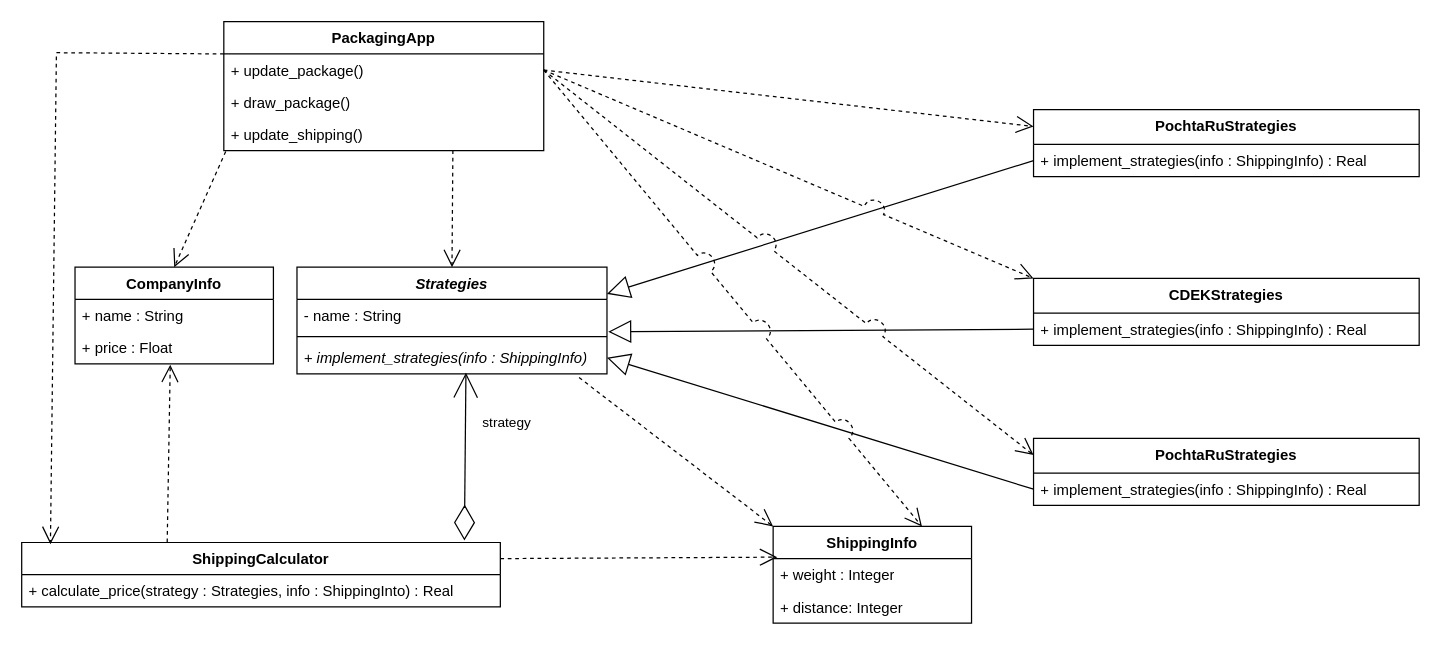
Above: page "Strategy" (1 of 2) of lab 3 - Strategy/shippro.drawio in solovozer/-2 (draw.io), before the change. Source tidied: cells renumbered, new cells numbered last; positions are measured from the earlier drawing's top-left corner, leaving out a move shared by most shapes. Both pictures are drawn from the tidied source at 124%, with x=0, y=0 at pixel (21, 21).
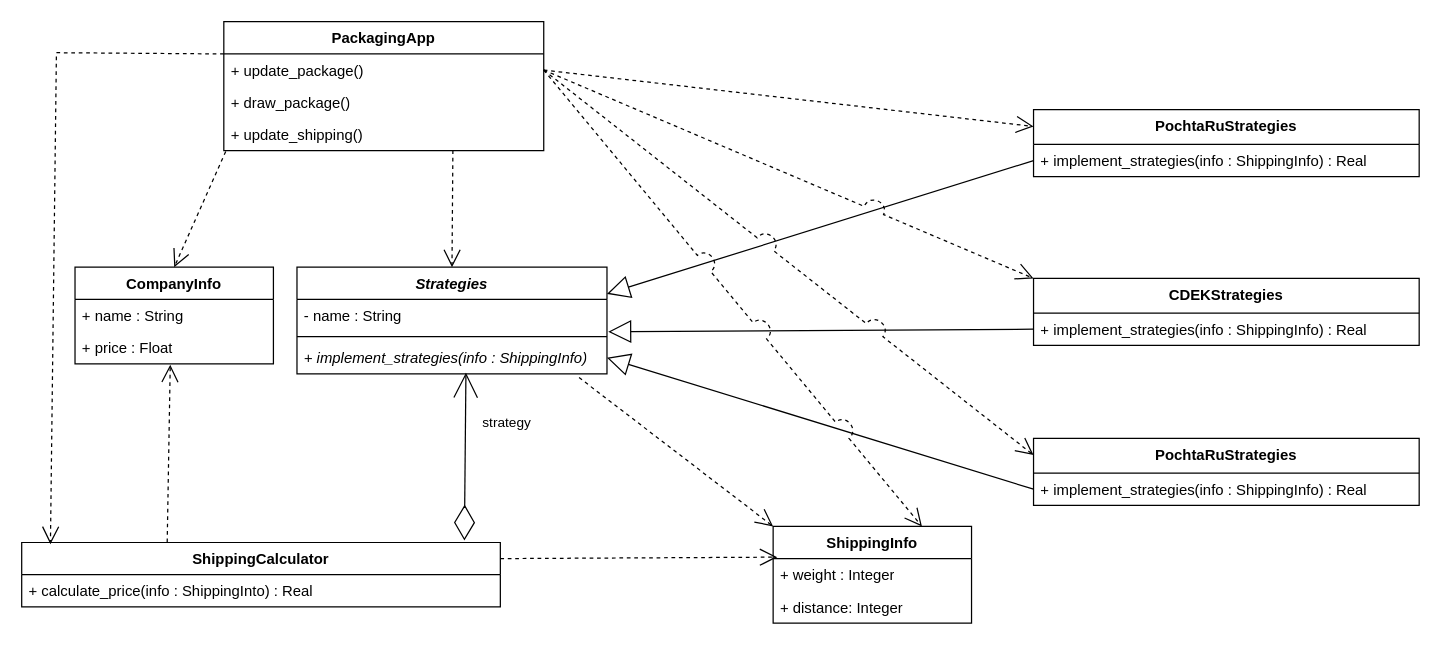
After the change.

Unchanged cells that the change refers to:
```xml
<mxCell id="18" value="ShippingCalculator" style="swimlane;fontStyle=1;align=center;verticalAlign=top;horizontal=1;startSize=26;whiteSpace=wrap;html=1;" parent="1" vertex="1">
  <mxGeometry y="420" width="386" height="52" as="geometry" />
</mxCell>
```

Diff of the diagram source:
```diff
@@
-    <mxCell id="19" value="+ calculate_price(strategy : Strategies, info : ShippingInto) : Real" style="text;strokeColor=none;fillColor=none;align=left;verticalAlign=top;spacingLeft=4;spacingRight=4;overflow=hidden;whiteSpace=wrap;html=1;" parent="18" vertex="1">
+    <mxCell id="19" value="+ calculate_price(info : ShippingInto) : Real" style="text;strokeColor=none;fillColor=none;align=left;verticalAlign=top;spacingLeft=4;spacingRight=4;overflow=hidden;whiteSpace=wrap;html=1;" parent="18" vertex="1">
       <mxGeometry y="26" width="386" height="26" as="geometry" />
     </mxCell>
```
